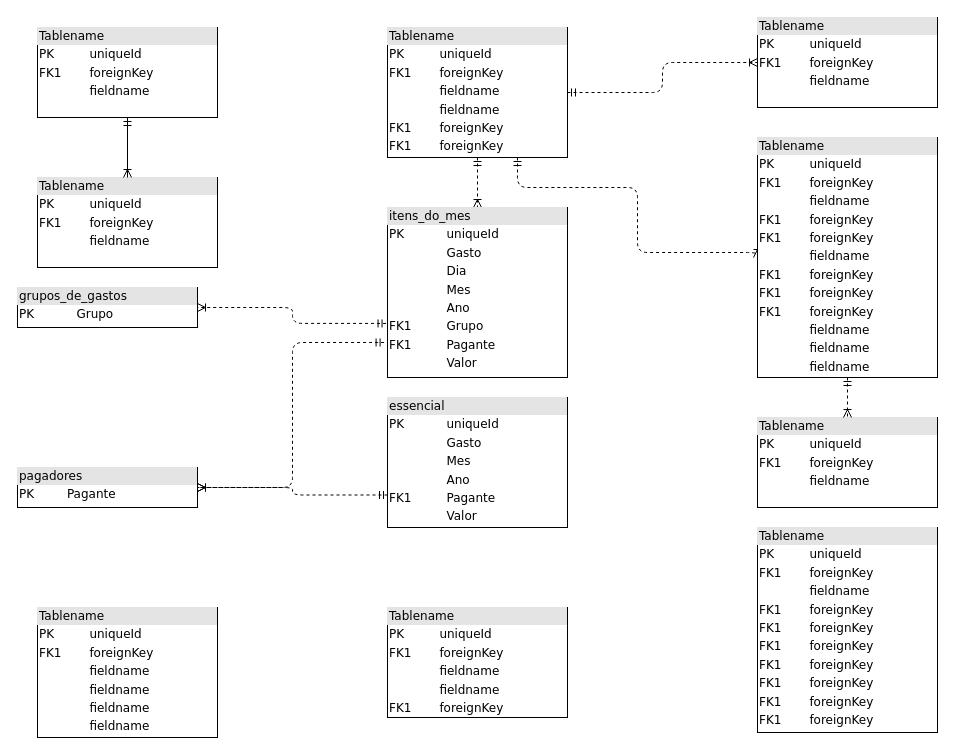
Before: Untitled Diagram.drawio in rafavcc/numero-secreto, a draw.io diagram. Source tidied: cells renumbered, new cells numbered last; positions are measured from the earlier drawing's top-left corner, leaving out a move shared by most shapes. Both pictures are drawn from the tidied source at 100%, with x=0, y=0 at pixel (17, 17).
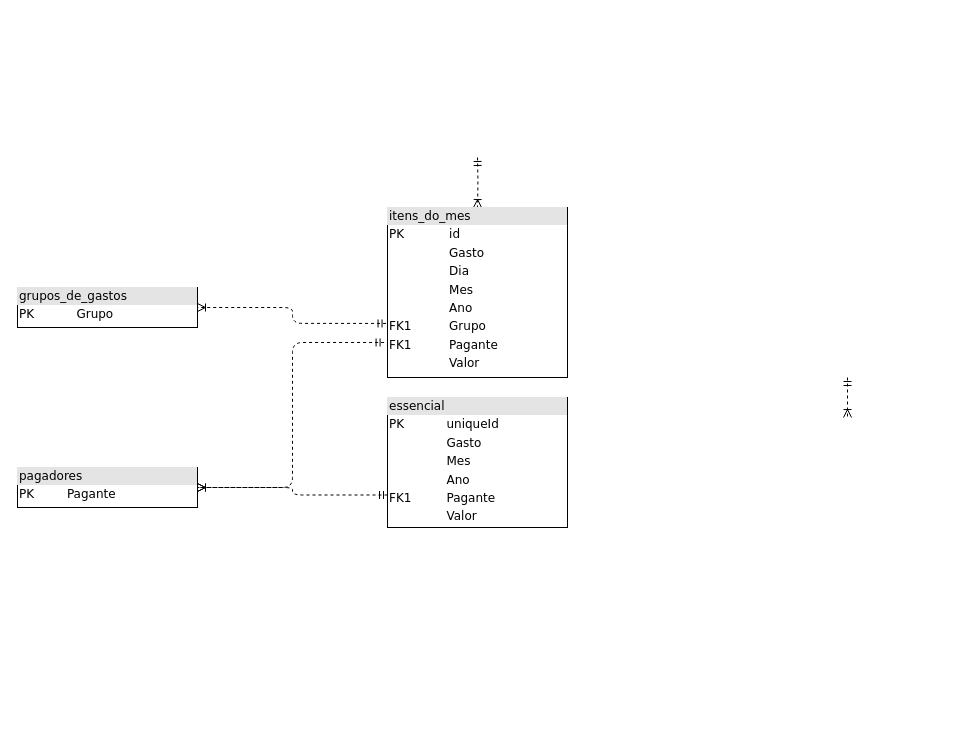
The same diagram, later.

What changed in the source:
```diff
@@
-    <mxCell id="2" value="&lt;div style=&quot;box-sizing:border-box;width:100%;background:#e4e4e4;padding:2px;&quot;&gt;Tablename&lt;/div&gt;&lt;table style=&quot;width:100%;font-size:1em;&quot; cellpadding=&quot;2&quot; cellspacing=&quot;0&quot;&gt;&lt;tr&gt;&lt;td&gt;PK&lt;/td&gt;&lt;td&gt;uniqueId&lt;/td&gt;&lt;/tr&gt;&lt;tr&gt;&lt;td&gt;FK1&lt;/td&gt;&lt;td&gt;foreignKey&lt;/td&gt;&lt;/tr&gt;&lt;tr&gt;&lt;td&gt;&lt;/td&gt;&lt;td&gt;fieldname&lt;/td&gt;&lt;/tr&gt;&lt;/table&gt;" style="verticalAlign=top;align=left;overflow=fill;html=1;rounded=0;shadow=0;comic=0;labelBackgroundColor=none;strokeWidth=1;fontFamily=Verdana;fontSize=12;" parent="1" vertex="1">
-      <mxGeometry x="20" y="10" width="180" height="90" as="geometry" />
-    </mxCell>
-    <mxCell id="3" style="edgeStyle=orthogonalEdgeStyle;html=1;entryX=0.5;entryY=0;dashed=1;labelBackgroundColor=none;startArrow=ERmandOne;endArrow=ERoneToMany;fontFamily=Verdana;fontSize=12;align=left;" parent="1" edge="1" source="6" target="13">
-      <mxGeometry relative="1" as="geometry" />
+    <mxCell id="3" style="edgeStyle=orthogonalEdgeStyle;html=1;entryX=0.5;entryY=0;dashed=1;labelBackgroundColor=none;startArrow=ERmandOne;endArrow=ERoneToMany;fontFamily=Verdana;fontSize=12;align=left;" parent="1" edge="1" target="13">
+      <mxGeometry relative="1" as="geometry">
+        <mxPoint x="460" y="140" as="sourcePoint" />
+      </mxGeometry>
     </mxCell>
-    <mxCell id="4" style="edgeStyle=orthogonalEdgeStyle;html=1;dashed=1;labelBackgroundColor=none;startArrow=ERmandOne;endArrow=ERoneToMany;fontFamily=Verdana;fontSize=12;align=left;entryX=0;entryY=0.5;" parent="1" edge="1" source="6" target="16">
-      <mxGeometry relative="1" as="geometry">
-        <Array as="points">
-          <mxPoint x="500" y="170" />
-          <mxPoint x="620" y="170" />
-          <mxPoint x="620" y="235" />
-        </Array>
-      </mxGeometry>
-    </mxCell>
-    <mxCell id="5" style="edgeStyle=orthogonalEdgeStyle;html=1;dashed=1;labelBackgroundColor=none;startArrow=ERmandOne;endArrow=ERoneToMany;fontFamily=Verdana;fontSize=12;align=left;" parent="1" edge="1" source="6" target="17">
-      <mxGeometry relative="1" as="geometry" />
-    </mxCell>
-    <mxCell id="6" value="&lt;div style=&quot;box-sizing: border-box ; width: 100% ; background: #e4e4e4 ; padding: 2px&quot;&gt;Tablename&lt;/div&gt;&lt;table style=&quot;width: 100% ; font-size: 1em&quot; cellpadding=&quot;2&quot; cellspacing=&quot;0&quot;&gt;&lt;tbody&gt;&lt;tr&gt;&lt;td&gt;PK&lt;/td&gt;&lt;td&gt;uniqueId&lt;/td&gt;&lt;/tr&gt;&lt;tr&gt;&lt;td&gt;FK1&lt;/td&gt;&lt;td&gt;foreignKey&lt;/td&gt;&lt;/tr&gt;&lt;tr&gt;&lt;td&gt;&lt;/td&gt;&lt;td&gt;fieldname&lt;/td&gt;&lt;/tr&gt;&lt;tr&gt;&lt;td&gt;&lt;br&gt;&lt;/td&gt;&lt;td&gt;fieldname&lt;br&gt;&lt;/td&gt;&lt;/tr&gt;&lt;tr&gt;&lt;td&gt;FK1&lt;br&gt;&lt;/td&gt;&lt;td&gt;foreignKey&lt;br&gt;&lt;/td&gt;&lt;/tr&gt;&lt;tr&gt;&lt;td&gt;FK1&lt;br&gt;&lt;/td&gt;&lt;td&gt;foreignKey&lt;br&gt;&lt;/td&gt;&lt;/tr&gt;&lt;/tbody&gt;&lt;/table&gt;" style="verticalAlign=top;align=left;overflow=fill;html=1;rounded=0;shadow=0;comic=0;labelBackgroundColor=none;strokeWidth=1;fontFamily=Verdana;fontSize=12;" parent="1" vertex="1">
-      <mxGeometry x="370" y="10" width="180" height="130" as="geometry" />
-    </mxCell>
@@
-    <mxCell id="10" value="&lt;div style=&quot;box-sizing:border-box;width:100%;background:#e4e4e4;padding:2px;&quot;&gt;Tablename&lt;/div&gt;&lt;table style=&quot;width:100%;font-size:1em;&quot; cellpadding=&quot;2&quot; cellspacing=&quot;0&quot;&gt;&lt;tr&gt;&lt;td&gt;PK&lt;/td&gt;&lt;td&gt;uniqueId&lt;/td&gt;&lt;/tr&gt;&lt;tr&gt;&lt;td&gt;FK1&lt;/td&gt;&lt;td&gt;foreignKey&lt;/td&gt;&lt;/tr&gt;&lt;tr&gt;&lt;td&gt;&lt;/td&gt;&lt;td&gt;fieldname&lt;/td&gt;&lt;/tr&gt;&lt;/table&gt;" style="verticalAlign=top;align=left;overflow=fill;html=1;rounded=0;shadow=0;comic=0;labelBackgroundColor=none;strokeWidth=1;fontFamily=Verdana;fontSize=12;" parent="1" vertex="1">
-      <mxGeometry x="20" y="160" width="180" height="90" as="geometry" />
-    </mxCell>
-    <mxCell id="11" value="&lt;div style=&quot;box-sizing: border-box ; width: 100% ; background: #e4e4e4 ; padding: 2px&quot;&gt;Tablename&lt;/div&gt;&lt;table style=&quot;width: 100% ; font-size: 1em&quot; cellpadding=&quot;2&quot; cellspacing=&quot;0&quot;&gt;&lt;tbody&gt;&lt;tr&gt;&lt;td&gt;PK&lt;/td&gt;&lt;td&gt;uniqueId&lt;/td&gt;&lt;/tr&gt;&lt;tr&gt;&lt;td&gt;FK1&lt;/td&gt;&lt;td&gt;foreignKey&lt;/td&gt;&lt;/tr&gt;&lt;tr&gt;&lt;td&gt;&lt;/td&gt;&lt;td&gt;fieldname&lt;/td&gt;&lt;/tr&gt;&lt;tr&gt;&lt;td&gt;FK1&lt;br&gt;&lt;/td&gt;&lt;td&gt;foreignKey&lt;br&gt;&lt;/td&gt;&lt;/tr&gt;&lt;tr&gt;&lt;td&gt;FK1&lt;br&gt;&lt;/td&gt;&lt;td&gt;foreignKey&lt;br&gt;&lt;/td&gt;&lt;/tr&gt;&lt;tr&gt;&lt;td&gt;FK1&lt;br&gt;&lt;/td&gt;&lt;td&gt;foreignKey&lt;br&gt;&lt;/td&gt;&lt;/tr&gt;&lt;tr&gt;&lt;td&gt;FK1&lt;br&gt;&lt;/td&gt;&lt;td&gt;foreignKey&lt;br&gt;&lt;/td&gt;&lt;/tr&gt;&lt;tr&gt;&lt;td&gt;FK1&lt;br&gt;&lt;/td&gt;&lt;td&gt;foreignKey&lt;br&gt;&lt;/td&gt;&lt;/tr&gt;&lt;tr&gt;&lt;td&gt;FK1&lt;br&gt;&lt;/td&gt;&lt;td&gt;foreignKey&lt;br&gt;&lt;/td&gt;&lt;/tr&gt;&lt;tr&gt;&lt;td&gt;FK1&lt;br&gt;&lt;/td&gt;&lt;td&gt;foreignKey&lt;br&gt;&lt;/td&gt;&lt;/tr&gt;&lt;/tbody&gt;&lt;/table&gt;" style="verticalAlign=top;align=left;overflow=fill;html=1;rounded=0;shadow=0;comic=0;labelBackgroundColor=none;strokeWidth=1;fontFamily=Verdana;fontSize=12;" parent="1" vertex="1">
-      <mxGeometry x="740" y="510" width="180" height="205" as="geometry" />
-    </mxCell>
-    <mxCell id="12" value="&lt;div style=&quot;box-sizing: border-box ; width: 100% ; background: #e4e4e4 ; padding: 2px&quot;&gt;Tablename&lt;/div&gt;&lt;table style=&quot;width: 100% ; font-size: 1em&quot; cellpadding=&quot;2&quot; cellspacing=&quot;0&quot;&gt;&lt;tbody&gt;&lt;tr&gt;&lt;td&gt;PK&lt;/td&gt;&lt;td&gt;uniqueId&lt;/td&gt;&lt;/tr&gt;&lt;tr&gt;&lt;td&gt;FK1&lt;/td&gt;&lt;td&gt;foreignKey&lt;/td&gt;&lt;/tr&gt;&lt;tr&gt;&lt;td&gt;&lt;/td&gt;&lt;td&gt;fieldname&lt;/td&gt;&lt;/tr&gt;&lt;tr&gt;&lt;td&gt;&lt;br&gt;&lt;/td&gt;&lt;td&gt;fieldname&lt;br&gt;&lt;/td&gt;&lt;/tr&gt;&lt;tr&gt;&lt;td&gt;FK1&lt;br&gt;&lt;/td&gt;&lt;td&gt;foreignKey&lt;br&gt;&lt;/td&gt;&lt;/tr&gt;&lt;/tbody&gt;&lt;/table&gt;" style="verticalAlign=top;align=left;overflow=fill;html=1;rounded=0;shadow=0;comic=0;labelBackgroundColor=none;strokeWidth=1;fontFamily=Verdana;fontSize=12;" parent="1" vertex="1">
-      <mxGeometry x="370" y="590" width="180" height="110" as="geometry" />
-    </mxCell>
-    <mxCell id="13" value="&lt;div style=&quot;box-sizing: border-box; width: 100%; background: rgb(228, 228, 228); padding: 2px;&quot;&gt;itens_do_mes&lt;/div&gt;&lt;table style=&quot;width: 100% ; font-size: 1em&quot; cellpadding=&quot;2&quot; cellspacing=&quot;0&quot;&gt;&lt;tbody&gt;&lt;tr&gt;&lt;td&gt;PK&lt;/td&gt;&lt;td&gt;uniqueId&lt;/td&gt;&lt;/tr&gt;&lt;tr&gt;&lt;td&gt;&lt;br&gt;&lt;/td&gt;&lt;td&gt;Gasto&lt;/td&gt;&lt;/tr&gt;&lt;tr&gt;&lt;td&gt;&lt;/td&gt;&lt;td&gt;Dia&lt;/td&gt;&lt;/tr&gt;&lt;tr&gt;&lt;td&gt;&lt;br&gt;&lt;/td&gt;&lt;td&gt;Mes&lt;br&gt;&lt;/td&gt;&lt;/tr&gt;&lt;tr&gt;&lt;td&gt;&lt;br&gt;&lt;/td&gt;&lt;td&gt;Ano&lt;br&gt;&lt;/td&gt;&lt;/tr&gt;&lt;tr&gt;&lt;td&gt;FK1&lt;/td&gt;&lt;td&gt;Grupo&lt;/td&gt;&lt;/tr&gt;&lt;tr&gt;&lt;td&gt;FK1&lt;br&gt;&lt;/td&gt;&lt;td&gt;Pagante&lt;/td&gt;&lt;/tr&gt;&lt;tr&gt;&lt;td&gt;&lt;br&gt;&lt;/td&gt;&lt;td&gt;Valor&lt;/td&gt;&lt;/tr&gt;&lt;tr&gt;&lt;td&gt;&lt;/td&gt;&lt;td&gt;&lt;br&gt;&lt;/td&gt;&lt;/tr&gt;&lt;/tbody&gt;&lt;/table&gt;" style="verticalAlign=top;align=left;overflow=fill;html=1;rounded=0;shadow=0;comic=0;labelBackgroundColor=none;strokeWidth=1;fontFamily=Verdana;fontSize=12;" parent="1" vertex="1">
+    <mxCell id="13" value="&lt;div style=&quot;box-sizing: border-box; width: 100%; background: rgb(228, 228, 228); padding: 2px;&quot;&gt;itens_do_mes&lt;/div&gt;&lt;table style=&quot;width: 100% ; font-size: 1em&quot; cellpadding=&quot;2&quot; cellspacing=&quot;0&quot;&gt;&lt;tbody&gt;&lt;tr&gt;&lt;td&gt;PK&lt;/td&gt;&lt;td&gt;id&lt;/td&gt;&lt;/tr&gt;&lt;tr&gt;&lt;td&gt;&lt;br&gt;&lt;/td&gt;&lt;td&gt;Gasto&lt;/td&gt;&lt;/tr&gt;&lt;tr&gt;&lt;td&gt;&lt;/td&gt;&lt;td&gt;Dia&lt;/td&gt;&lt;/tr&gt;&lt;tr&gt;&lt;td&gt;&lt;br&gt;&lt;/td&gt;&lt;td&gt;Mes&lt;br&gt;&lt;/td&gt;&lt;/tr&gt;&lt;tr&gt;&lt;td&gt;&lt;br&gt;&lt;/td&gt;&lt;td&gt;Ano&lt;br&gt;&lt;/td&gt;&lt;/tr&gt;&lt;tr&gt;&lt;td&gt;FK1&lt;/td&gt;&lt;td&gt;Grupo&lt;/td&gt;&lt;/tr&gt;&lt;tr&gt;&lt;td&gt;FK1&lt;br&gt;&lt;/td&gt;&lt;td&gt;Pagante&lt;/td&gt;&lt;/tr&gt;&lt;tr&gt;&lt;td&gt;&lt;br&gt;&lt;/td&gt;&lt;td&gt;Valor&lt;/td&gt;&lt;/tr&gt;&lt;/tbody&gt;&lt;/table&gt;" style="verticalAlign=top;align=left;overflow=fill;html=1;rounded=0;shadow=0;comic=0;labelBackgroundColor=none;strokeWidth=1;fontFamily=Verdana;fontSize=12;" parent="1" vertex="1">
       <mxGeometry x="370" y="190" width="180" height="170" as="geometry" />
     </mxCell>
-    <mxCell id="14" value="&lt;div style=&quot;box-sizing:border-box;width:100%;background:#e4e4e4;padding:2px;&quot;&gt;Tablename&lt;/div&gt;&lt;table style=&quot;width:100%;font-size:1em;&quot; cellpadding=&quot;2&quot; cellspacing=&quot;0&quot;&gt;&lt;tr&gt;&lt;td&gt;PK&lt;/td&gt;&lt;td&gt;uniqueId&lt;/td&gt;&lt;/tr&gt;&lt;tr&gt;&lt;td&gt;FK1&lt;/td&gt;&lt;td&gt;foreignKey&lt;/td&gt;&lt;/tr&gt;&lt;tr&gt;&lt;td&gt;&lt;/td&gt;&lt;td&gt;fieldname&lt;/td&gt;&lt;/tr&gt;&lt;/table&gt;" style="verticalAlign=top;align=left;overflow=fill;html=1;rounded=0;shadow=0;comic=0;labelBackgroundColor=none;strokeWidth=1;fontFamily=Verdana;fontSize=12;" parent="1" vertex="1">
-      <mxGeometry x="740" y="400" width="180" height="90" as="geometry" />
-    </mxCell>
-    <mxCell id="15" style="edgeStyle=orthogonalEdgeStyle;html=1;entryX=0.5;entryY=0;dashed=1;labelBackgroundColor=none;startArrow=ERmandOne;endArrow=ERoneToMany;fontFamily=Verdana;fontSize=12;align=left;" parent="1" edge="1" source="16" target="14">
-      <mxGeometry relative="1" as="geometry" />
+    <mxCell id="15" style="edgeStyle=orthogonalEdgeStyle;html=1;entryX=0.5;entryY=0;dashed=1;labelBackgroundColor=none;startArrow=ERmandOne;endArrow=ERoneToMany;fontFamily=Verdana;fontSize=12;align=left;" parent="1" edge="1">
+      <mxGeometry relative="1" as="geometry">
+        <mxPoint x="830" y="360" as="sourcePoint" />
+        <mxPoint x="830" y="400" as="targetPoint" />
+      </mxGeometry>
     </mxCell>
-    <mxCell id="16" value="&lt;div style=&quot;box-sizing: border-box ; width: 100% ; background: #e4e4e4 ; padding: 2px&quot;&gt;Tablename&lt;/div&gt;&lt;table style=&quot;width: 100% ; font-size: 1em&quot; cellpadding=&quot;2&quot; cellspacing=&quot;0&quot;&gt;&lt;tbody&gt;&lt;tr&gt;&lt;td&gt;PK&lt;/td&gt;&lt;td&gt;uniqueId&lt;/td&gt;&lt;/tr&gt;&lt;tr&gt;&lt;td&gt;FK1&lt;/td&gt;&lt;td&gt;foreignKey&lt;/td&gt;&lt;/tr&gt;&lt;tr&gt;&lt;td&gt;&lt;/td&gt;&lt;td&gt;fieldname&lt;/td&gt;&lt;/tr&gt;&lt;tr&gt;&lt;td&gt;FK1&lt;br&gt;&lt;/td&gt;&lt;td&gt;foreignKey&lt;br&gt;&lt;/td&gt;&lt;/tr&gt;&lt;tr&gt;&lt;td&gt;FK1&lt;br&gt;&lt;/td&gt;&lt;td&gt;foreignKey&lt;br&gt;&lt;/td&gt;&lt;/tr&gt;&lt;tr&gt;&lt;td&gt;&lt;br&gt;&lt;/td&gt;&lt;td&gt;fieldname&lt;br&gt;&lt;/td&gt;&lt;/tr&gt;&lt;tr&gt;&lt;td&gt;FK1&lt;br&gt;&lt;/td&gt;&lt;td&gt;foreignKey&lt;br&gt;&lt;/td&gt;&lt;/tr&gt;&lt;tr&gt;&lt;td&gt;FK1&lt;br&gt;&lt;/td&gt;&lt;td&gt;foreignKey&lt;br&gt;&lt;/td&gt;&lt;/tr&gt;&lt;tr&gt;&lt;td&gt;FK1&lt;br&gt;&lt;/td&gt;&lt;td&gt;foreignKey&lt;br&gt;&lt;/td&gt;&lt;/tr&gt;&lt;tr&gt;&lt;td&gt;&lt;br&gt;&lt;/td&gt;&lt;td&gt;fieldname&lt;br&gt;&lt;/td&gt;&lt;/tr&gt;&lt;tr&gt;&lt;td&gt;&lt;br&gt;&lt;/td&gt;&lt;td&gt;fieldname&lt;br&gt;&lt;/td&gt;&lt;/tr&gt;&lt;tr&gt;&lt;td&gt;&lt;br&gt;&lt;/td&gt;&lt;td&gt;fieldname&lt;br&gt;&lt;/td&gt;&lt;/tr&gt;&lt;/tbody&gt;&lt;/table&gt;" style="verticalAlign=top;align=left;overflow=fill;html=1;rounded=0;shadow=0;comic=0;labelBackgroundColor=none;strokeWidth=1;fontFamily=Verdana;fontSize=12;" parent="1" vertex="1">
-      <mxGeometry x="740" y="120" width="180" height="240" as="geometry" />
-    </mxCell>
-    <mxCell id="17" value="&lt;div style=&quot;box-sizing:border-box;width:100%;background:#e4e4e4;padding:2px;&quot;&gt;Tablename&lt;/div&gt;&lt;table style=&quot;width:100%;font-size:1em;&quot; cellpadding=&quot;2&quot; cellspacing=&quot;0&quot;&gt;&lt;tr&gt;&lt;td&gt;PK&lt;/td&gt;&lt;td&gt;uniqueId&lt;/td&gt;&lt;/tr&gt;&lt;tr&gt;&lt;td&gt;FK1&lt;/td&gt;&lt;td&gt;foreignKey&lt;/td&gt;&lt;/tr&gt;&lt;tr&gt;&lt;td&gt;&lt;/td&gt;&lt;td&gt;fieldname&lt;/td&gt;&lt;/tr&gt;&lt;/table&gt;" style="verticalAlign=top;align=left;overflow=fill;html=1;rounded=0;shadow=0;comic=0;labelBackgroundColor=none;strokeWidth=1;fontFamily=Verdana;fontSize=12;" parent="1" vertex="1">
-      <mxGeometry x="740" width="180" height="90" as="geometry" />
-    </mxCell>
-    <mxCell id="18" value="&lt;div style=&quot;box-sizing: border-box ; width: 100% ; background: #e4e4e4 ; padding: 2px&quot;&gt;Tablename&lt;/div&gt;&lt;table style=&quot;width: 100% ; font-size: 1em&quot; cellpadding=&quot;2&quot; cellspacing=&quot;0&quot;&gt;&lt;tbody&gt;&lt;tr&gt;&lt;td&gt;PK&lt;/td&gt;&lt;td&gt;uniqueId&lt;/td&gt;&lt;/tr&gt;&lt;tr&gt;&lt;td&gt;FK1&lt;/td&gt;&lt;td&gt;foreignKey&lt;/td&gt;&lt;/tr&gt;&lt;tr&gt;&lt;td&gt;&lt;/td&gt;&lt;td&gt;fieldname&lt;/td&gt;&lt;/tr&gt;&lt;tr&gt;&lt;td&gt;&lt;br&gt;&lt;/td&gt;&lt;td&gt;fieldname&lt;br&gt;&lt;/td&gt;&lt;/tr&gt;&lt;tr&gt;&lt;td&gt;&lt;br&gt;&lt;/td&gt;&lt;td&gt;fieldname&lt;br&gt;&lt;/td&gt;&lt;/tr&gt;&lt;tr&gt;&lt;td&gt;&lt;br&gt;&lt;/td&gt;&lt;td&gt;fieldname&lt;br&gt;&lt;/td&gt;&lt;/tr&gt;&lt;/tbody&gt;&lt;/table&gt;" style="verticalAlign=top;align=left;overflow=fill;html=1;rounded=0;shadow=0;comic=0;labelBackgroundColor=none;strokeWidth=1;fontFamily=Verdana;fontSize=12;" parent="1" vertex="1">
-      <mxGeometry x="20" y="590" width="180" height="130" as="geometry" />
-    </mxCell>
-    <mxCell id="19" style="edgeStyle=orthogonalEdgeStyle;html=1;endArrow=ERoneToMany;startArrow=ERmandOne;labelBackgroundColor=none;fontFamily=Verdana;fontSize=12;align=left;exitX=0.5;exitY=1;entryX=0.5;entryY=0;" parent="1" edge="1" source="2" target="10">
-      <mxGeometry relative="1" as="geometry" />
-    </mxCell>
```
